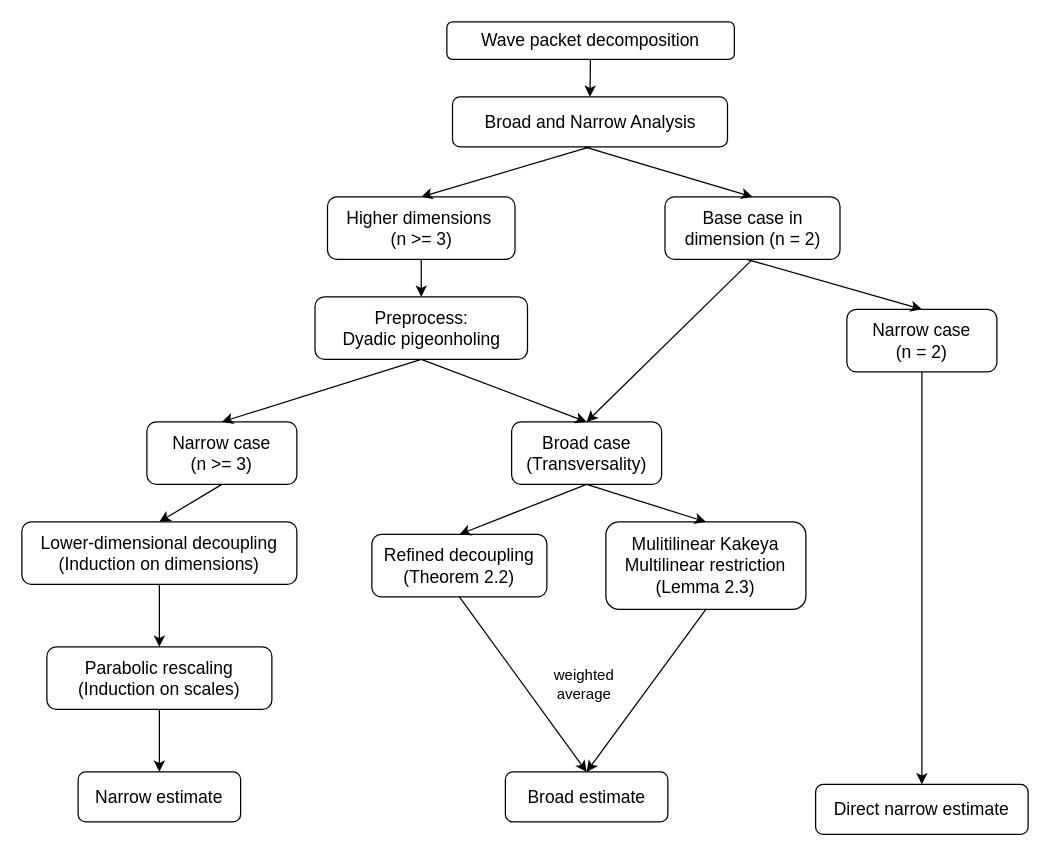
The draw.io diagram Untitled Diagram.drawio in lucid-sleepwalker/CPSC-210-Diagram, before the edit. Source tidied: cells renumbered, new cells numbered last; positions are measured from the earlier drawing's top-left corner, leaving out a move shared by most shapes. Both pictures are drawn from the tidied source at 125%, with x=0, y=0 at pixel (21, 21).
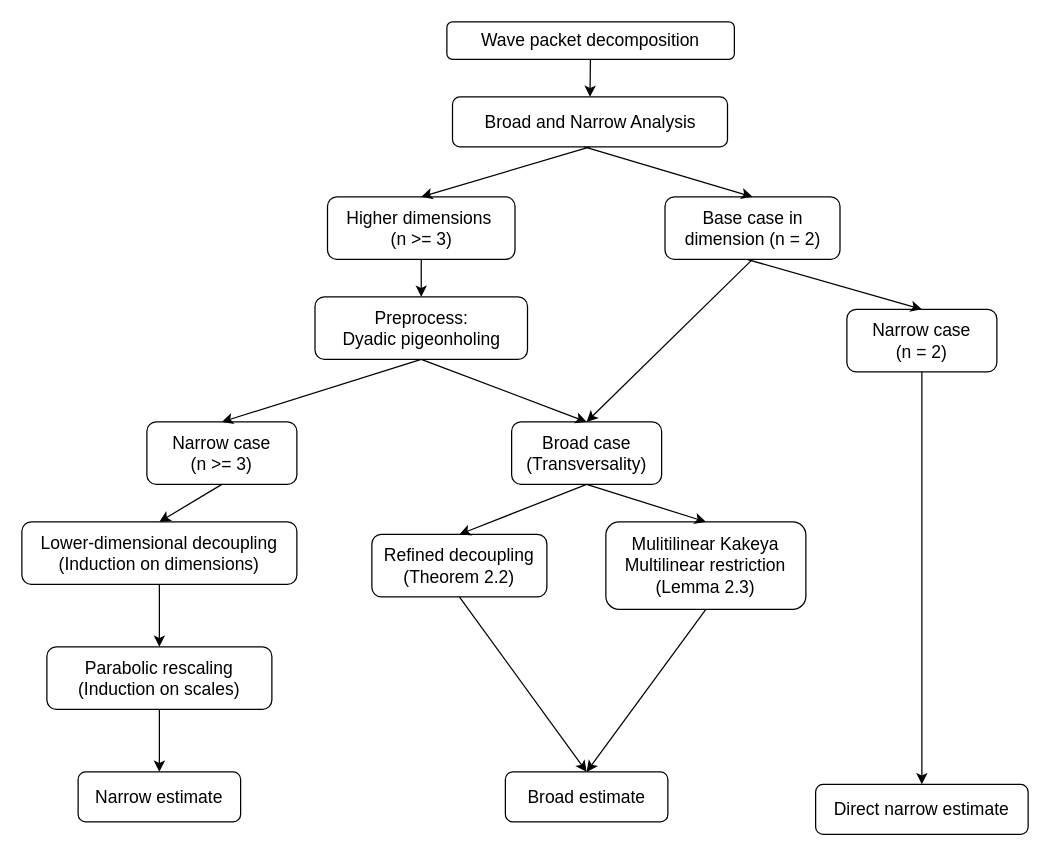
Above is the later version.

Diff of the diagram source:
```diff
@@
-    <mxCell id="29" value="weighted average" style="text;html=1;whiteSpace=wrap;strokeColor=none;fillColor=none;align=center;verticalAlign=middle;rounded=0;" parent="1" vertex="1">
-      <mxGeometry x="420" y="510" width="60" height="40" as="geometry" />
-    </mxCell>
```
